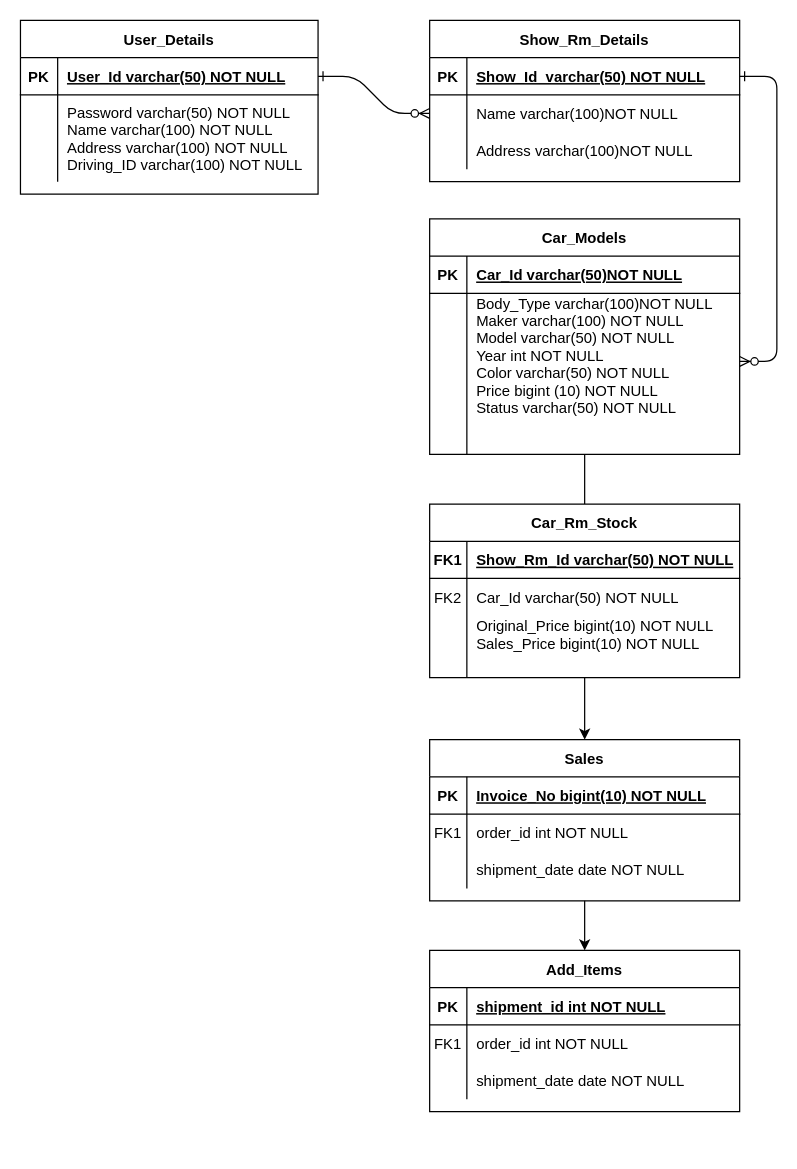
This is Untitled Diagram.drawio from SaadiahMK/Car-Dealer, a draw.io file, before an edit. Source tidied: cells renumbered, new cells numbered last; positions are measured from the earlier drawing's top-left corner, leaving out a move shared by most shapes. Both pictures are drawn from the tidied source at 124%, with x=0, y=0 at pixel (20, 20).
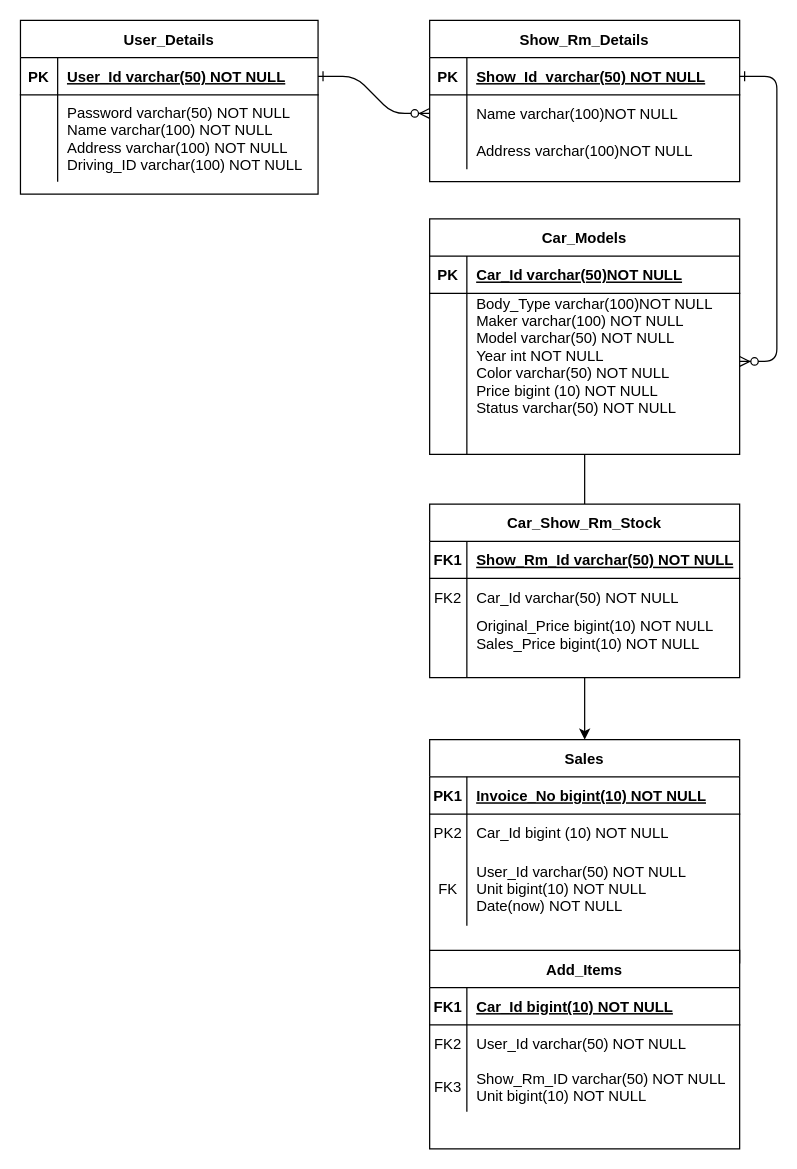
After the change.

Unchanged cells that the change refers to:
```xml
<mxCell id="35" style="shape=partialRectangle;fillColor=none;top=0;left=0;right=0;bottom=1;" parent="34" vertex="1">
  <mxGeometry y="30" width="250" height="30" as="geometry" />
</mxCell>
<mxCell id="38" style="shape=partialRectangle;fillColor=none;top=0;left=0;right=0;bottom=0;" parent="34" vertex="1">
  <mxGeometry y="60" width="250" height="30" as="geometry" />
</mxCell>
<mxCell id="45" style="shape=partialRectangle;fillColor=none;top=0;left=0;right=0;bottom=1;" parent="44" vertex="1">
  <mxGeometry y="30" width="250" height="30" as="geometry" />
</mxCell>
<mxCell id="48" style="shape=partialRectangle;fillColor=none;top=0;left=0;right=0;bottom=0;" parent="44" vertex="1">
  <mxGeometry y="60" width="250" height="30" as="geometry" />
</mxCell>
```

Change to the diagram source:
```diff
@@
     <mxCell id="34" value="Sales" style="shape=table;startSize=30;childLayout=tableLayout;rowLines=0;fontStyle=1;align=center;" parent="1" vertex="1">
-      <mxGeometry x="330" y="580" width="250" height="130" as="geometry" />
+      <mxGeometry x="330" y="580" width="250" height="180" as="geometry" />
     </mxCell>
@@
-    <mxCell id="36" value="PK" style="shape=partialRectangle;overflow=hidden;fillColor=none;top=0;left=0;bottom=0;right=0;fontStyle=1;" parent="35" vertex="1">
+    <mxCell id="36" value="PK1" style="shape=partialRectangle;overflow=hidden;fillColor=none;top=0;left=0;bottom=0;right=0;fontStyle=1;" parent="35" vertex="1">
       <mxGeometry width="30" height="30" as="geometry" />
     </mxCell>
@@
-    <mxCell id="39" value="FK1" style="shape=partialRectangle;overflow=hidden;fillColor=none;top=0;left=0;bottom=0;right=0;" parent="38" vertex="1">
+    <mxCell id="39" value="PK2" style="shape=partialRectangle;overflow=hidden;fillColor=none;top=0;left=0;bottom=0;right=0;" parent="38" vertex="1">
       <mxGeometry width="30" height="30" as="geometry" />
     </mxCell>
-    <mxCell id="40" value="order_id int NOT NULL" style="shape=partialRectangle;overflow=hidden;fillColor=none;top=0;left=0;bottom=0;right=0;align=left;spacingLeft=6;" parent="38" vertex="1">
+    <mxCell id="40" value="Car_Id bigint (10) NOT NULL" style="shape=partialRectangle;overflow=hidden;fillColor=none;top=0;left=0;bottom=0;right=0;align=left;spacingLeft=6;" parent="38" vertex="1">
       <mxGeometry x="30" width="220" height="30" as="geometry" />
     </mxCell>
     <mxCell id="41" style="shape=partialRectangle;fillColor=none;top=0;left=0;right=0;bottom=0;" parent="34" vertex="1">
-      <mxGeometry y="90" width="250" height="30" as="geometry" />
+      <mxGeometry y="90" width="250" height="60" as="geometry" />
     </mxCell>
-    <mxCell id="42" style="shape=partialRectangle;overflow=hidden;fillColor=none;top=0;left=0;bottom=0;right=0;" parent="41" vertex="1">
-      <mxGeometry width="30" height="30" as="geometry" />
+    <mxCell id="42" value="FK" style="shape=partialRectangle;overflow=hidden;fillColor=none;top=0;left=0;bottom=0;right=0;" parent="41" vertex="1">
+      <mxGeometry width="30" height="60" as="geometry" />
     </mxCell>
-    <mxCell id="43" value="shipment_date date NOT NULL" style="shape=partialRectangle;overflow=hidden;fillColor=none;top=0;left=0;bottom=0;right=0;align=left;spacingLeft=6;" parent="41" vertex="1">
-      <mxGeometry x="30" width="220" height="30" as="geometry" />
+    <mxCell id="43" value="User_Id varchar(50) NOT NULL&#10;Unit bigint(10) NOT NULL&#10;Date(now) NOT NULL" style="shape=partialRectangle;overflow=hidden;fillColor=none;top=0;left=0;bottom=0;right=0;align=left;spacingLeft=6;" parent="41" vertex="1">
+      <mxGeometry x="30" width="220" height="60" as="geometry" />
     </mxCell>
     <mxCell id="44" value="Add_Items" style="shape=table;startSize=30;childLayout=tableLayout;rowLines=0;fontStyle=1;align=center;" parent="1" vertex="1">
-      <mxGeometry x="330" y="750" width="250" height="130" as="geometry" />
+      <mxGeometry x="330" y="750" width="250" height="160" as="geometry" />
     </mxCell>
@@
-    <mxCell id="46" value="PK" style="shape=partialRectangle;overflow=hidden;fillColor=none;top=0;left=0;bottom=0;right=0;fontStyle=1;" parent="45" vertex="1">
+    <mxCell id="46" value="FK1" style="shape=partialRectangle;overflow=hidden;fillColor=none;top=0;left=0;bottom=0;right=0;fontStyle=1;" parent="45" vertex="1">
       <mxGeometry width="30" height="30" as="geometry" />
     </mxCell>
-    <mxCell id="47" value="shipment_id int NOT NULL " style="shape=partialRectangle;overflow=hidden;fillColor=none;top=0;left=0;bottom=0;right=0;align=left;spacingLeft=6;fontStyle=5;" parent="45" vertex="1">
+    <mxCell id="47" value="Car_Id bigint(10) NOT NULL" style="shape=partialRectangle;overflow=hidden;fillColor=none;top=0;left=0;bottom=0;right=0;align=left;spacingLeft=6;fontStyle=5;" parent="45" vertex="1">
       <mxGeometry x="30" width="220" height="30" as="geometry" />
     </mxCell>
@@
-    <mxCell id="49" value="FK1" style="shape=partialRectangle;overflow=hidden;fillColor=none;top=0;left=0;bottom=0;right=0;" parent="48" vertex="1">
+    <mxCell id="49" value="FK2" style="shape=partialRectangle;overflow=hidden;fillColor=none;top=0;left=0;bottom=0;right=0;" parent="48" vertex="1">
       <mxGeometry width="30" height="30" as="geometry" />
     </mxCell>
-    <mxCell id="50" value="order_id int NOT NULL" style="shape=partialRectangle;overflow=hidden;fillColor=none;top=0;left=0;bottom=0;right=0;align=left;spacingLeft=6;" parent="48" vertex="1">
+    <mxCell id="50" value="User_Id varchar(50) NOT NULL" style="shape=partialRectangle;overflow=hidden;fillColor=none;top=0;left=0;bottom=0;right=0;align=left;spacingLeft=6;" parent="48" vertex="1">
       <mxGeometry x="30" width="220" height="30" as="geometry" />
     </mxCell>
     <mxCell id="51" style="shape=partialRectangle;fillColor=none;top=0;left=0;right=0;bottom=0;" parent="44" vertex="1">
-      <mxGeometry y="90" width="250" height="30" as="geometry" />
+      <mxGeometry y="90" width="250" height="40" as="geometry" />
     </mxCell>
-    <mxCell id="52" style="shape=partialRectangle;overflow=hidden;fillColor=none;top=0;left=0;bottom=0;right=0;" parent="51" vertex="1">
-      <mxGeometry width="30" height="30" as="geometry" />
+    <mxCell id="52" value="FK3" style="shape=partialRectangle;overflow=hidden;fillColor=none;top=0;left=0;bottom=0;right=0;" parent="51" vertex="1">
+      <mxGeometry width="30" height="40" as="geometry" />
     </mxCell>
-    <mxCell id="53" value="shipment_date date NOT NULL" style="shape=partialRectangle;overflow=hidden;fillColor=none;top=0;left=0;bottom=0;right=0;align=left;spacingLeft=6;" parent="51" vertex="1">
-      <mxGeometry x="30" width="220" height="30" as="geometry" />
+    <mxCell id="53" value="Show_Rm_ID varchar(50) NOT NULL&#10;Unit bigint(10) NOT NULL" style="shape=partialRectangle;overflow=hidden;fillColor=none;top=0;left=0;bottom=0;right=0;align=left;spacingLeft=6;" parent="51" vertex="1">
+      <mxGeometry x="30" width="220" height="40" as="geometry" />
     </mxCell>
@@
-    <mxCell id="55" value="Car_Rm_Stock" style="shape=table;startSize=30;childLayout=tableLayout;rowLines=0;fontStyle=1;align=center;" parent="1" vertex="1">
+    <mxCell id="55" value="Car_Show_Rm_Stock" style="shape=table;startSize=30;childLayout=tableLayout;rowLines=0;fontStyle=1;align=center;" parent="1" vertex="1">
       <mxGeometry x="330" y="390" width="250" height="140" as="geometry" />
     </mxCell>
```
